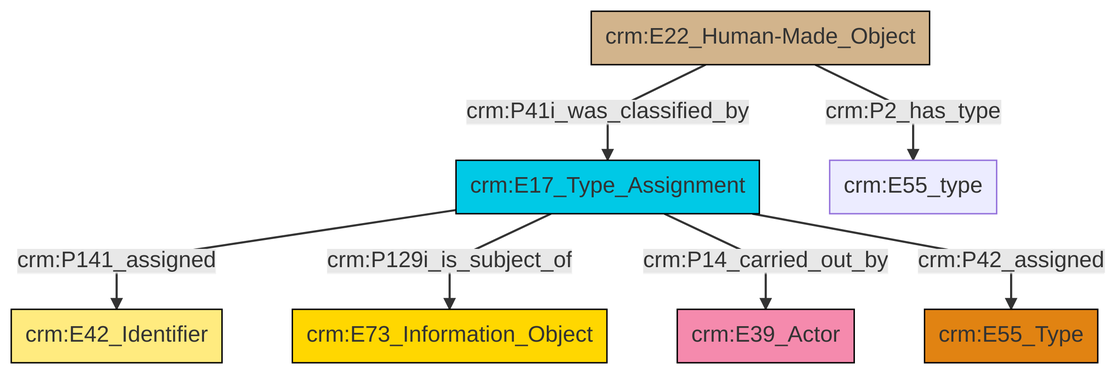
Above: et/builtWorkCSV/ttl/mmd/png/Built_Work_designation_status.png in swiss-art-research-net/docs.swissartresearch (Mermaid), before the change. Its source is kept beside it as et/builtWorkCSV/ttl/mmd/Built_Work_designation_status.ttl.mmd.
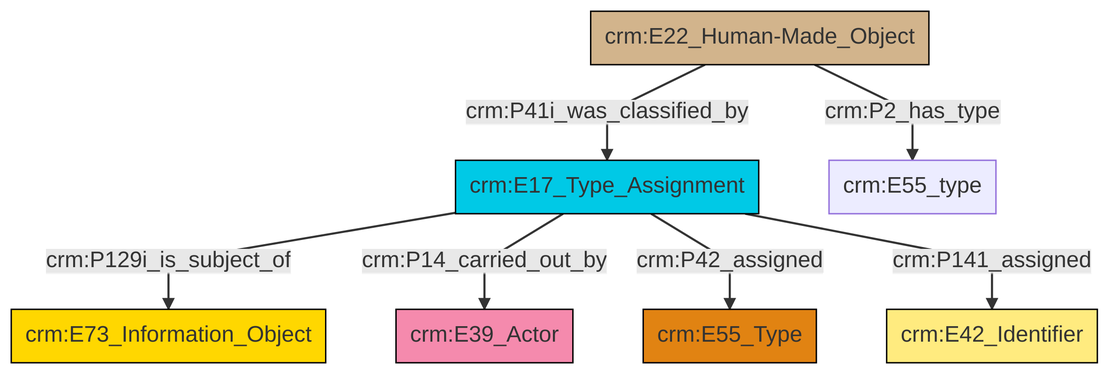
Later version of the same file.

Change to the diagram source:
```diff
@@ -13,9 +13,9 @@
 classDef PC_Classes fill:#4ce600, stroke:#000000;
 classDef Multi fill:#cccccc,stroke:#000000;
 
-0["crm:E17_Type_Assignment"]:::Temporal_Entity -->|crm:P141_assigned| 6["crm:E42_Identifier"]:::Appellation
-4["crm:E22_Human-Made_Object"]:::Physical_Thing -->|crm:P41i_was_classified_by| 0["crm:E17_Type_Assignment"]:::Temporal_Entity
-0["crm:E17_Type_Assignment"]:::Temporal_Entity -->|crm:P129i_is_subject_of| 7["crm:E73_Information_Object"]:::Conceptual_Object
-0["crm:E17_Type_Assignment"]:::Temporal_Entity -->|crm:P14_carried_out_by| 2["crm:E39_Actor"]:::Actor
-4["crm:E22_Human-Made_Object"]:::Physical_Thing -->|crm:P2_has_type| 8["crm:E55_type"]:::Default
-0["crm:E17_Type_Assignment"]:::Temporal_Entity -->|crm:P42_assigned| 10["crm:E55_Type"]:::Type
+2["crm:E17_Type_Assignment"]:::Temporal_Entity -->|crm:P129i_is_subject_of| 3["crm:E73_Information_Object"]:::Conceptual_Object
+2["crm:E17_Type_Assignment"]:::Temporal_Entity -->|crm:P14_carried_out_by| 4["crm:E39_Actor"]:::Actor
+2["crm:E17_Type_Assignment"]:::Temporal_Entity -->|crm:P42_assigned| 0["crm:E55_Type"]:::Type
+11["crm:E22_Human-Made_Object"]:::Physical_Thing -->|crm:P2_has_type| 7["crm:E55_type"]:::Default
+2["crm:E17_Type_Assignment"]:::Temporal_Entity -->|crm:P141_assigned| 5["crm:E42_Identifier"]:::Appellation
+11["crm:E22_Human-Made_Object"]:::Physical_Thing -->|crm:P41i_was_classified_by| 2["crm:E17_Type_Assignment"]:::Temporal_Entity
```
